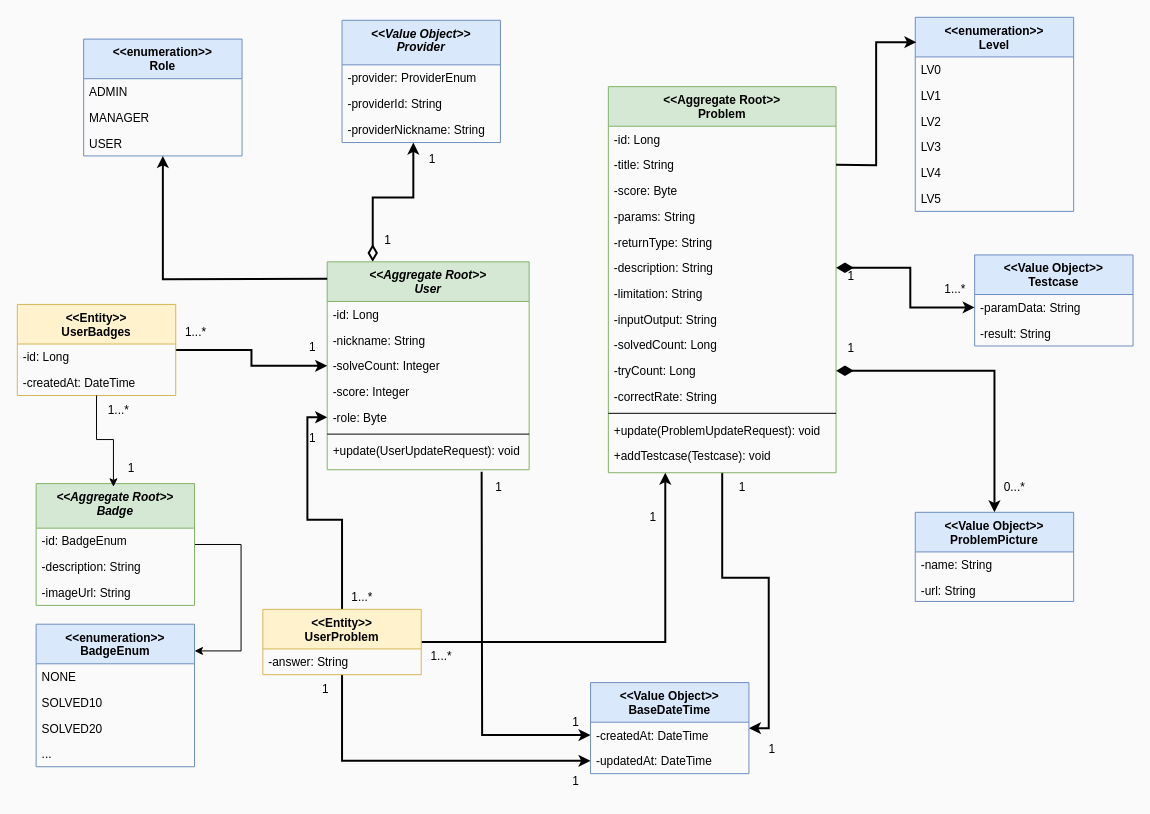
This is code-challenge-UML.drawio from ness727/code-challenge, a draw.io file, before an edit. Source tidied: cells renumbered, new cells numbered last; positions are measured from the earlier drawing's top-left corner, leaving out a move shared by most shapes. Both pictures are drawn from the tidied source at 99%, with x=0, y=0 at pixel (17, 17).
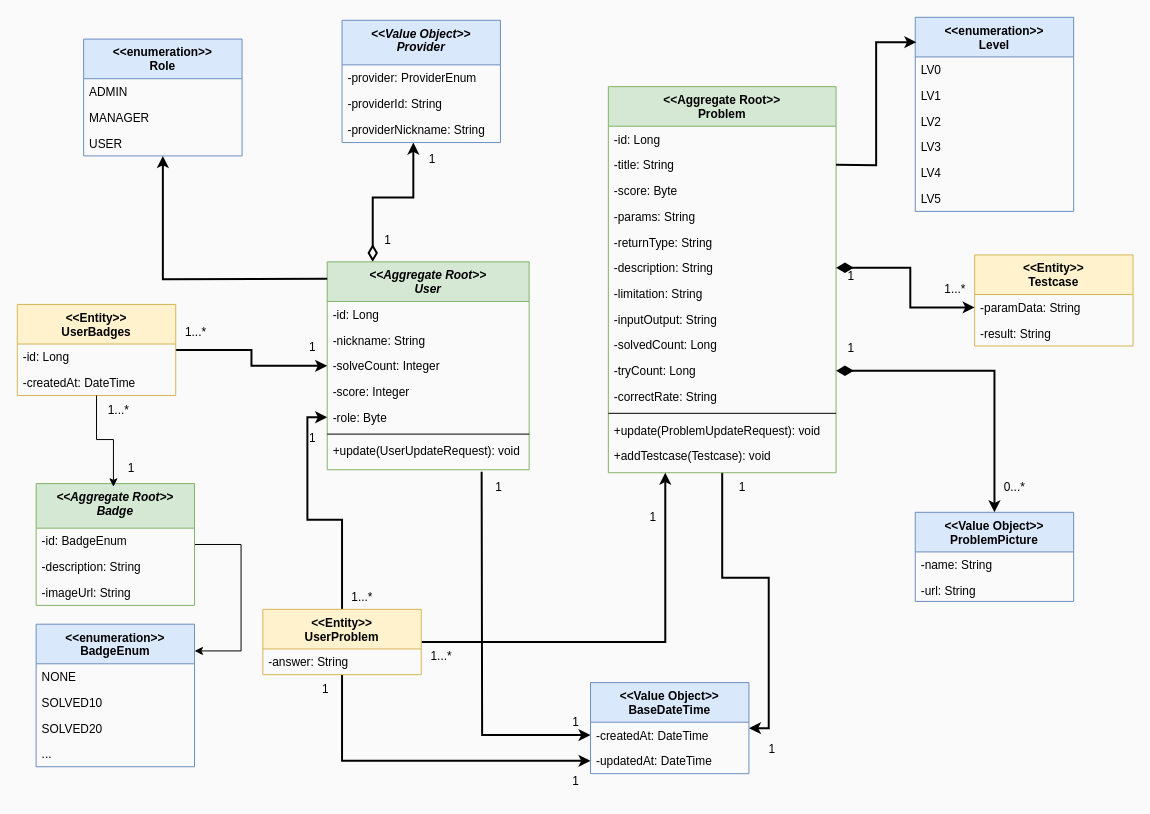
After the change.

Change to the diagram source:
```diff
@@
-    <mxCell id="35" value="&lt;&lt;Value Object&gt;&gt;&#10;Testcase" style="swimlane;fontStyle=1;align=center;verticalAlign=top;horizontal=1;startSize=40;rounded=0;shadow=0;strokeWidth=1;fillColor=#dae8fc;strokeColor=#6c8ebf;" parent="1" vertex="1">
+    <mxCell id="35" value="&lt;&lt;Entity&gt;&gt;&#10;Testcase" style="swimlane;fontStyle=1;align=center;verticalAlign=top;horizontal=1;startSize=40;rounded=0;shadow=0;strokeWidth=1;fillColor=#fff2cc;strokeColor=#d6b656;" parent="1" vertex="1">
       <mxGeometry x="967" y="240" width="160" height="92" as="geometry" />
     </mxCell>
```
